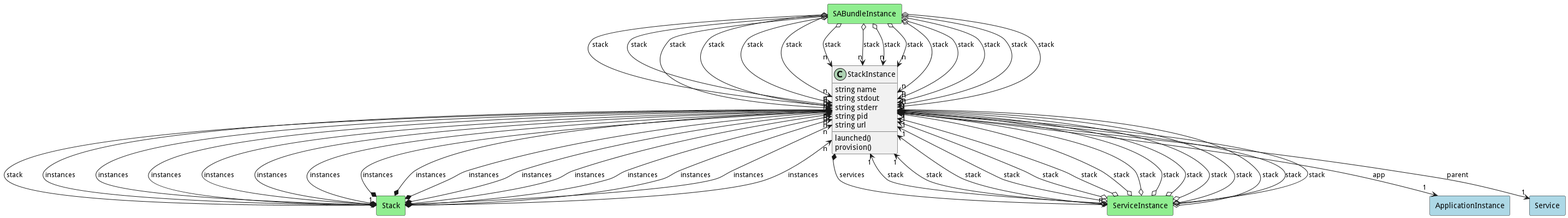
Before: docs/sabr/aml/am/models/stackinstance/logical.png, a diagram exported from PlantUML (madajaju/sabr).
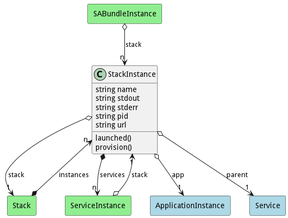
Later version of the same file.

The edit, as a diff of the source:
```diff
@@ -53,215 +53,5 @@
 
         SABundleInstance   o--> "n" Model : "stack"
 
-    rectangle "ServiceInstance" as ServiceInstance #lightgreen {
-    }
-
-        ServiceInstance   o--> "1" Model : "stack"
-
-    rectangle "Stack" as Stack #lightgreen {
-    }
-
-        Stack   *--> "n" Model : "instances"
-
-    rectangle "SABundleInstance" as SABundleInstance #lightgreen {
-    }
-
-        SABundleInstance   o--> "n" Model : "stack"
-
-    rectangle "ServiceInstance" as ServiceInstance #lightgreen {
-    }
-
-        ServiceInstance   o--> "1" Model : "stack"
-
-    rectangle "Stack" as Stack #lightgreen {
-    }
-
-        Stack   *--> "n" Model : "instances"
-
-    rectangle "SABundleInstance" as SABundleInstance #lightgreen {
-    }
-
-        SABundleInstance   o--> "n" Model : "stack"
-
-    rectangle "ServiceInstance" as ServiceInstance #lightgreen {
-    }
-
-        ServiceInstance   o--> "1" Model : "stack"
-
-    rectangle "Stack" as Stack #lightgreen {
-    }
-
-        Stack   *--> "n" Model : "instances"
-
-    rectangle "SABundleInstance" as SABundleInstance #lightgreen {
-    }
-
-        SABundleInstance   o--> "n" Model : "stack"
-
-    rectangle "ServiceInstance" as ServiceInstance #lightgreen {
-    }
-
-        ServiceInstance   o--> "1" Model : "stack"
-
-    rectangle "Stack" as Stack #lightgreen {
-    }
-
-        Stack   *--> "n" Model : "instances"
-
-    rectangle "SABundleInstance" as SABundleInstance #lightgreen {
-    }
-
-        SABundleInstance   o--> "n" Model : "stack"
-
-    rectangle "ServiceInstance" as ServiceInstance #lightgreen {
-    }
-
-        ServiceInstance   o--> "1" Model : "stack"
-
-    rectangle "Stack" as Stack #lightgreen {
-    }
-
-        Stack   *--> "n" Model : "instances"
-
-    rectangle "SABundleInstance" as SABundleInstance #lightgreen {
-    }
-
-        SABundleInstance   o--> "n" Model : "stack"
-
-    rectangle "ServiceInstance" as ServiceInstance #lightgreen {
-    }
-
-        ServiceInstance   o--> "1" Model : "stack"
-
-    rectangle "Stack" as Stack #lightgreen {
-    }
-
-        Stack   *--> "n" Model : "instances"
-
-    rectangle "SABundleInstance" as SABundleInstance #lightgreen {
-    }
-
-        SABundleInstance   o--> "n" Model : "stack"
-
-    rectangle "ServiceInstance" as ServiceInstance #lightgreen {
-    }
-
-        ServiceInstance   o--> "1" Model : "stack"
-
-    rectangle "Stack" as Stack #lightgreen {
-    }
-
-        Stack   *--> "n" Model : "instances"
-
-    rectangle "SABundleInstance" as SABundleInstance #lightgreen {
-    }
-
-        SABundleInstance   o--> "n" Model : "stack"
-
-    rectangle "ServiceInstance" as ServiceInstance #lightgreen {
-    }
-
-        ServiceInstance   o--> "1" Model : "stack"
-
-    rectangle "Stack" as Stack #lightgreen {
-    }
-
-        Stack   *--> "n" Model : "instances"
-
-    rectangle "SABundleInstance" as SABundleInstance #lightgreen {
-    }
-
-        SABundleInstance   o--> "n" Model : "stack"
-
-    rectangle "ServiceInstance" as ServiceInstance #lightgreen {
-    }
-
-        ServiceInstance   o--> "1" Model : "stack"
-
-    rectangle "Stack" as Stack #lightgreen {
-    }
-
-        Stack   *--> "n" Model : "instances"
-
-    rectangle "SABundleInstance" as SABundleInstance #lightgreen {
-    }
-
-        SABundleInstance   o--> "n" Model : "stack"
-
-    rectangle "ServiceInstance" as ServiceInstance #lightgreen {
-    }
-
-        ServiceInstance   o--> "1" Model : "stack"
-
-    rectangle "Stack" as Stack #lightgreen {
-    }
-
-        Stack   *--> "n" Model : "instances"
-
-    rectangle "SABundleInstance" as SABundleInstance #lightgreen {
-    }
-
-        SABundleInstance   o--> "n" Model : "stack"
-
-    rectangle "ServiceInstance" as ServiceInstance #lightgreen {
-    }
-
-        ServiceInstance   o--> "1" Model : "stack"
-
-    rectangle "Stack" as Stack #lightgreen {
-    }
-
-        Stack   *--> "n" Model : "instances"
-
-    rectangle "SABundleInstance" as SABundleInstance #lightgreen {
-    }
-
-        SABundleInstance   o--> "n" Model : "stack"
-
-    rectangle "ServiceInstance" as ServiceInstance #lightgreen {
-    }
-
-        ServiceInstance   o--> "1" Model : "stack"
-
-    rectangle "Stack" as Stack #lightgreen {
-    }
-
-        Stack   *--> "n" Model : "instances"
-
-    rectangle "SABundleInstance" as SABundleInstance #lightgreen {
-    }
-
-        SABundleInstance   o--> "n" Model : "stack"
-
-    rectangle "ServiceInstance" as ServiceInstance #lightgreen {
-    }
-
-        ServiceInstance   o--> "1" Model : "stack"
-
-    rectangle "Stack" as Stack #lightgreen {
-    }
-
-        Stack   *--> "n" Model : "instances"
-
-    rectangle "SABundleInstance" as SABundleInstance #lightgreen {
-    }
-
-        SABundleInstance   o--> "n" Model : "stack"
-
-    rectangle "ServiceInstance" as ServiceInstance #lightgreen {
-    }
-
-        ServiceInstance   o--> "1" Model : "stack"
-
-    rectangle "Stack" as Stack #lightgreen {
-    }
-
-        Stack   *--> "n" Model : "instances"
-
-    rectangle "SABundleInstance" as SABundleInstance #lightgreen {
-    }
-
-        SABundleInstance   o--> "n" Model : "stack"
-
 
 @enduml
```
